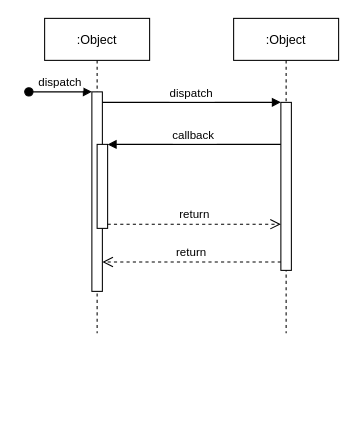
Earlier version of the draw.io diagram deliveries/uml/Untitled Diagram.drawio (egyangel/ing-sw-2021-esas-mauri-madhkour-elsheshtawi). Source tidied: cells renumbered, new cells numbered last; positions are measured from the earlier drawing's top-left corner, leaving out a move shared by most shapes. Both pictures are drawn from the tidied source at 105%, with x=0, y=0 at pixel (28, 18).
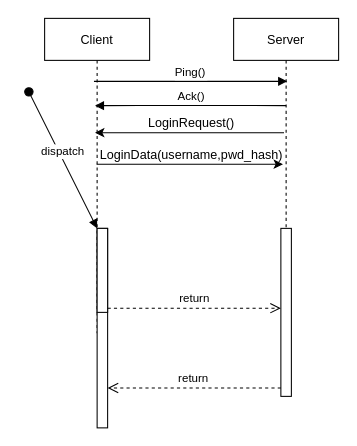
Above is the later version.

The edit, as a diff of the source:
```diff
@@
 <mxGraphModel>
   <root>
     <mxCell id="0" />
     <mxCell id="1" parent="0" />
-    <mxCell id="2" value=":Object" style="shape=umlLifeline;perimeter=lifelinePerimeter;rounded=0;shadow=0;strokeWidth=1;" parent="1" vertex="1">
+    <mxCell id="2" value="Client" style="shape=umlLifeline;perimeter=lifelinePerimeter;rounded=0;shadow=0;strokeWidth=1;" parent="1" vertex="1">
       <mxGeometry x="15" width="100" height="300" as="geometry" />
     </mxCell>
     <mxCell id="3" style="points=[];perimeter=orthogonalPerimeter;rounded=0;shadow=0;strokeWidth=1;" parent="2" vertex="1">
-      <mxGeometry x="45" y="70" width="10" height="190" as="geometry" />
+      <mxGeometry x="50" y="200" width="10" height="190" as="geometry" />
     </mxCell>
     <mxCell id="4" value="dispatch" style="verticalAlign=bottom;startArrow=oval;endArrow=block;startSize=8;shadow=0;strokeWidth=1;" parent="2" edge="1" target="3">
       <mxGeometry relative="1" as="geometry">
         <mxPoint x="-15" y="70" as="sourcePoint" />
       </mxGeometry>
     </mxCell>
     <mxCell id="5" style="points=[];perimeter=orthogonalPerimeter;rounded=0;shadow=0;strokeWidth=1;" parent="2" vertex="1">
-      <mxGeometry x="50" y="120" width="10" height="80" as="geometry" />
+      <mxGeometry x="50" y="200" width="10" height="80" as="geometry" />
     </mxCell>
-    <mxCell id="6" value=":Object" style="shape=umlLifeline;perimeter=lifelinePerimeter;rounded=0;shadow=0;strokeWidth=1;" parent="1" vertex="1">
+    <mxCell id="6" value="Server" style="shape=umlLifeline;perimeter=lifelinePerimeter;rounded=0;shadow=0;strokeWidth=1;" parent="1" vertex="1">
       <mxGeometry x="195" width="100" height="300" as="geometry" />
     </mxCell>
     <mxCell id="7" style="points=[];perimeter=orthogonalPerimeter;rounded=0;shadow=0;strokeWidth=1;" parent="6" vertex="1">
-      <mxGeometry x="45" y="80" width="10" height="160" as="geometry" />
+      <mxGeometry x="45" y="200" width="10" height="160" as="geometry" />
     </mxCell>
     <mxCell id="8" value="return" style="verticalAlign=bottom;endArrow=open;dashed=1;endSize=8;exitX=0;exitY=0.95;shadow=0;strokeWidth=1;" parent="1" edge="1" source="7" target="3">
       <mxGeometry relative="1" as="geometry" />
     </mxCell>
-    <mxCell id="9" value="dispatch" style="verticalAlign=bottom;endArrow=block;entryX=0;entryY=0;shadow=0;strokeWidth=1;" parent="1" edge="1" source="3" target="7">
+    <mxCell id="9" value="Ping()" style="verticalAlign=bottom;endArrow=block;entryX=0.51;entryY=0.2;shadow=0;strokeWidth=1;exitX=0.47;exitY=0.2;exitDx=0;exitDy=0;exitPerimeter=0;entryDx=0;entryDy=0;entryPerimeter=0;" parent="1" edge="1" source="2" target="6">
       <mxGeometry relative="1" as="geometry" />
     </mxCell>
-    <mxCell id="10" value="callback" style="verticalAlign=bottom;endArrow=block;entryX=1;entryY=0;shadow=0;strokeWidth=1;" parent="1" edge="1" source="7" target="5">
-      <mxGeometry relative="1" as="geometry" />
+    <mxCell id="10" value="Ack()" style="verticalAlign=bottom;endArrow=block;shadow=0;strokeWidth=1;entryX=0.48;entryY=0.277;entryDx=0;entryDy=0;entryPerimeter=0;exitX=0.5;exitY=0.277;exitDx=0;exitDy=0;exitPerimeter=0;" parent="1" edge="1" source="6" target="2">
+      <mxGeometry x="-0.01" relative="1" as="geometry">
+        <Array as="points">
+          <mxPoint x="195" y="83" />
+          <mxPoint x="155" y="83" />
+          <mxPoint x="115" y="83" />
+        </Array>
+      </mxGeometry>
     </mxCell>
     <mxCell id="11" value="return" style="verticalAlign=bottom;endArrow=open;dashed=1;endSize=8;exitX=1;exitY=0.95;shadow=0;strokeWidth=1;" parent="1" edge="1" source="5" target="7">
       <mxGeometry relative="1" as="geometry" />
     </mxCell>
+    <mxCell id="12" style="endArrow=classic;html=1;exitX=0.48;exitY=0.363;exitDx=0;exitDy=0;exitPerimeter=0;entryX=0.48;entryY=0.363;entryDx=0;entryDy=0;entryPerimeter=0;" parent="1" edge="1" source="6" target="2">
+      <mxGeometry relative="1" as="geometry" />
+    </mxCell>
+    <mxCell id="13" value="LoginRequest()" style="text;html=1;strokeColor=none;fillColor=none;align=center;verticalAlign=middle;whiteSpace=wrap;rounded=0;" parent="1" vertex="1">
+      <mxGeometry x="135" y="90" width="40" height="20" as="geometry" />
+    </mxCell>
+    <mxCell id="14" style="endArrow=classic;html=1;entryX=0.47;entryY=0.463;entryDx=0;entryDy=0;entryPerimeter=0;" parent="1" edge="1" source="2" target="6">
+      <mxGeometry relative="1" as="geometry" />
+    </mxCell>
+    <mxCell id="15" value="LoginData(username,pwd_hash)" style="text;html=1;strokeColor=none;fillColor=none;align=center;verticalAlign=middle;whiteSpace=wrap;rounded=0;" parent="1" vertex="1">
+      <mxGeometry x="135" y="120" width="40" height="20" as="geometry" />
+    </mxCell>
   </root>
 </mxGraphModel>
```
